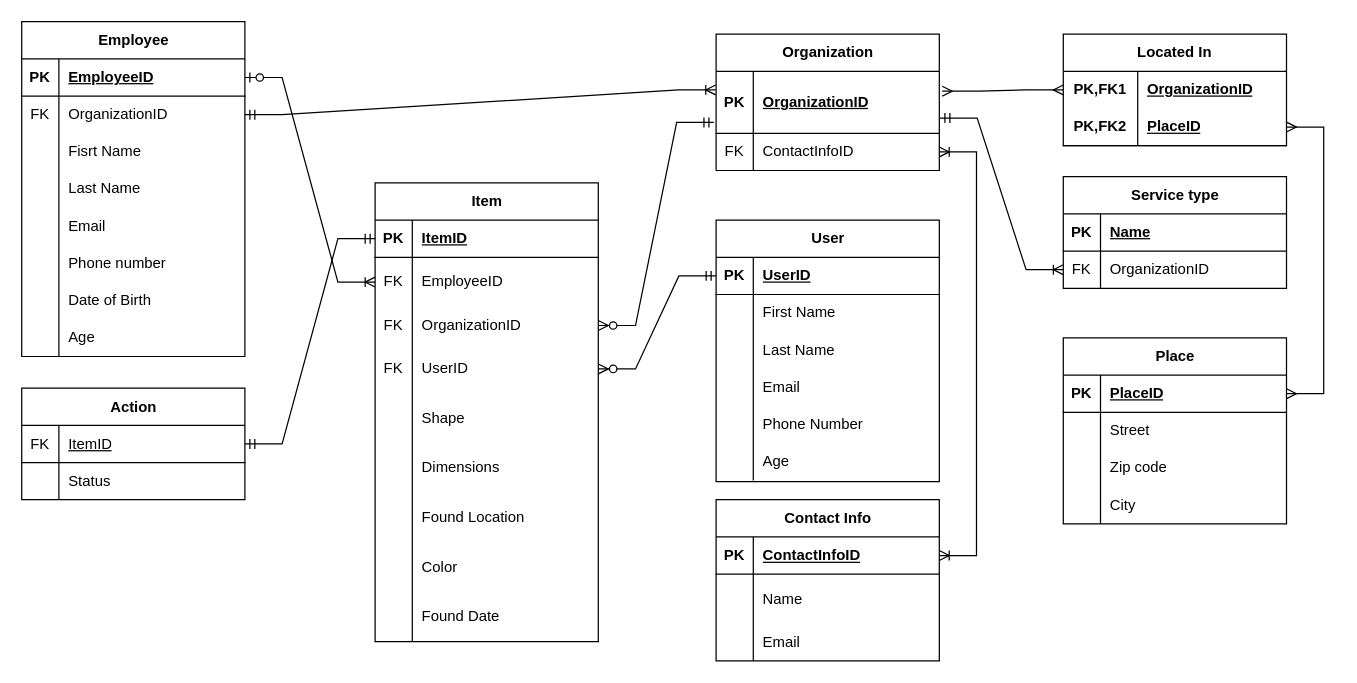
This is logical model.drawio from igor2080/db1_large_project, a draw.io file, before an edit. Source tidied: cells renumbered, new cells numbered last; positions are measured from the earlier drawing's top-left corner, leaving out a move shared by most shapes. Both pictures are drawn from the tidied source at 124%, with x=0, y=0 at pixel (21, 21).
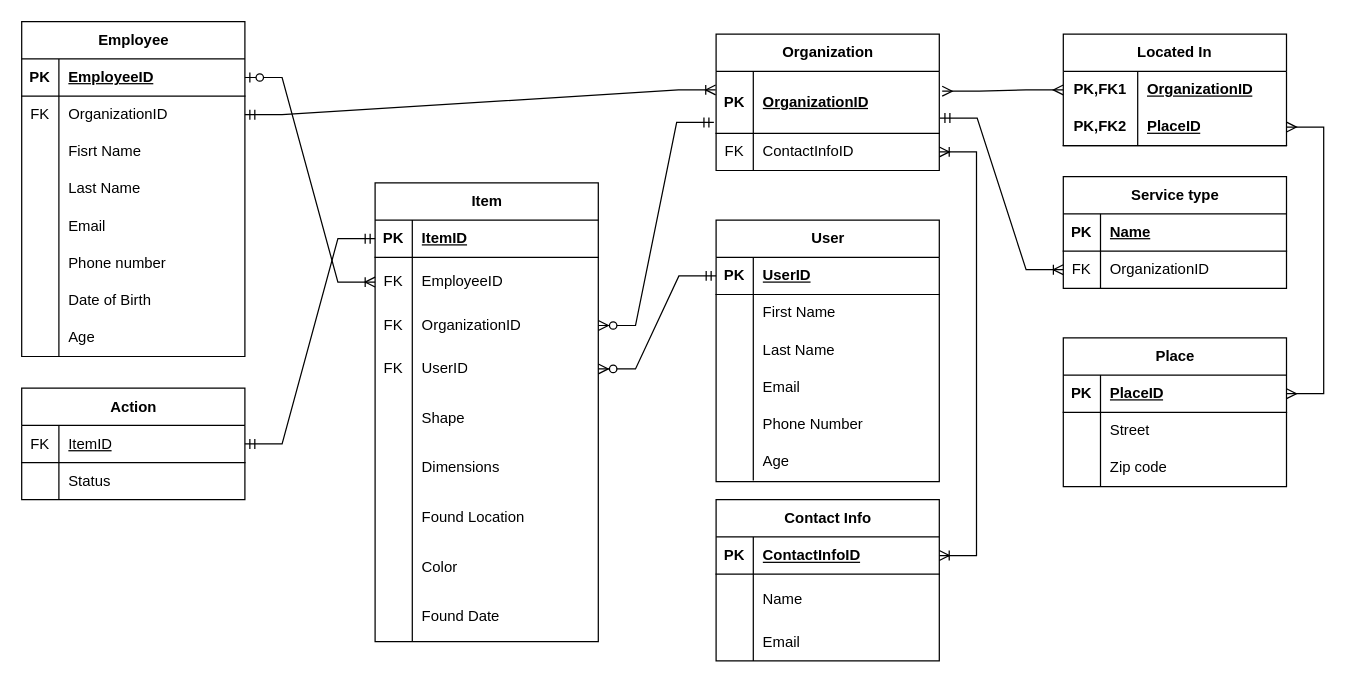
The same diagram, later.

Commit message (it also covers changes not shown here):
remove city from place, add street to place

The edit, as a diff of the source:
```diff
@@
     <mxCell id="42" value="Place" style="shape=table;startSize=30;childLayout=tableLayout;rowLines=0;fontStyle=1;align=center;html=1;" parent="1" vertex="1">
-      <mxGeometry x="840" y="255" width="180" height="150" as="geometry" />
+      <mxGeometry x="840" y="255" width="180" height="120" as="geometry" />
     </mxCell>
@@
-    <mxCell id="52" style="shape=tableRow;horizontal=0;startSize=0;swimlaneHead=0;swimlaneBody=0;fillColor=none;top=0;left=0;right=0;bottom=0;" parent="42" vertex="1">
-      <mxGeometry y="120" width="180" height="30" as="geometry" />
-    </mxCell>
-    <mxCell id="53" style="shape=partialRectangle;fillColor=none;top=0;left=0;bottom=0;right=0;overflow=hidden;whiteSpace=wrap;html=1;" parent="52" vertex="1">
-      <mxGeometry width="30" height="30" as="geometry" />
-    </mxCell>
-    <mxCell id="54" value="City" style="shape=partialRectangle;fillColor=none;top=0;left=0;bottom=0;right=0;align=left;spacingLeft=6;overflow=hidden;whiteSpace=wrap;html=1;" parent="52" vertex="1">
-      <mxGeometry x="30" width="150" height="30" as="geometry" />
-    </mxCell>
```
